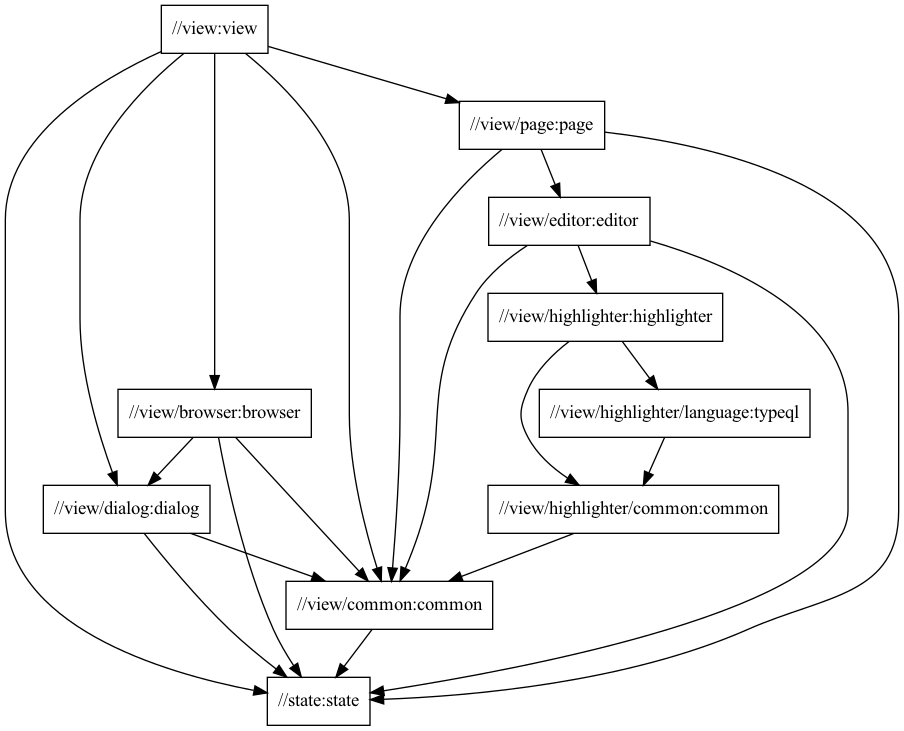
typedb/typedb-studio keeps this Graphviz diagram as docs/view-package-structure.png. Above is the earlier version. Its source is kept beside it as docs/view-package-structure.dot. The source it was exported from:
```dot
digraph mygraph {
  node [shape=box];
  "//view:view"
  "//view:view" -> "//view/browser:browser"
  "//view:view" -> "//view/common:common"
  "//view:view" -> "//view/dialog:dialog"
  "//view:view" -> "//view/page:page"
  "//view:view" -> "//state:state"
  "//view/page:page"
  "//view/page:page" -> "//view/common:common"
  "//view/page:page" -> "//view/editor:editor"
  "//view/page:page" -> "//state:state"
  "//view/editor:editor"
  "//view/editor:editor" -> "//view/common:common"
  "//view/editor:editor" -> "//view/highlighter:highlighter"
  "//view/editor:editor" -> "//state:state"
  "//view/highlighter:highlighter"
  "//view/highlighter:highlighter" -> "//view/highlighter/common:common"
  "//view/highlighter:highlighter" -> "//view/highlighter/language:typeql"
  "//view/highlighter/language:typeql"
  "//view/highlighter/language:typeql" -> "//view/highlighter/common:common"
  "//view/highlighter/common:common"
  "//view/highlighter/common:common" -> "//view/common:common"
  "//view/browser:browser"
  "//view/browser:browser" -> "//view/common:common"
  "//view/browser:browser" -> "//view/dialog:dialog"
  "//view/browser:browser" -> "//state:state"
  "//view/dialog:dialog"
  "//view/dialog:dialog" -> "//view/common:common"
  "//view/dialog:dialog" -> "//state:state"
  "//view/common:common"
  "//view/common:common" -> "//state:state"
  "//state:state"
}
```
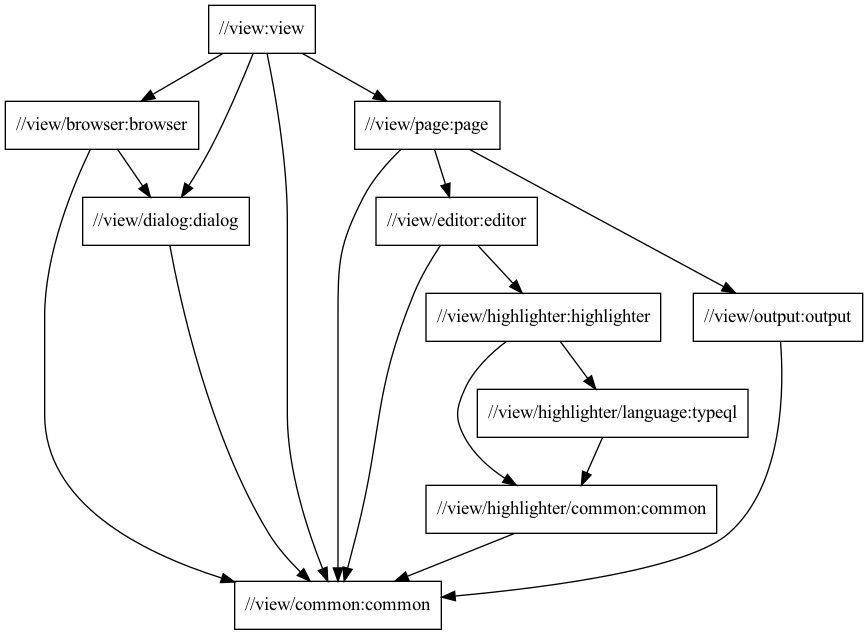
After the commit.

Commit message:
Update package dependency docs diagram

The edit, as a diff of the source:
```diff
@@ -5,15 +5,20 @@
   "//view:view" -> "//view/common:common"
   "//view:view" -> "//view/dialog:dialog"
   "//view:view" -> "//view/page:page"
-  "//view:view" -> "//state:state"
+  "//view/browser:browser"
+  "//view/browser:browser" -> "//view/common:common"
+  "//view/browser:browser" -> "//view/dialog:dialog"
+  "//view/dialog:dialog"
+  "//view/dialog:dialog" -> "//view/common:common"
   "//view/page:page"
   "//view/page:page" -> "//view/common:common"
   "//view/page:page" -> "//view/editor:editor"
-  "//view/page:page" -> "//state:state"
+  "//view/page:page" -> "//view/output:output"
+  "//view/output:output"
+  "//view/output:output" -> "//view/common:common"
   "//view/editor:editor"
   "//view/editor:editor" -> "//view/common:common"
   "//view/editor:editor" -> "//view/highlighter:highlighter"
-  "//view/editor:editor" -> "//state:state"
   "//view/highlighter:highlighter"
   "//view/highlighter:highlighter" -> "//view/highlighter/common:common"
   "//view/highlighter:highlighter" -> "//view/highlighter/language:typeql"
@@ -21,14 +26,5 @@
   "//view/highlighter/language:typeql" -> "//view/highlighter/common:common"
   "//view/highlighter/common:common"
   "//view/highlighter/common:common" -> "//view/common:common"
-  "//view/browser:browser"
-  "//view/browser:browser" -> "//view/common:common"
-  "//view/browser:browser" -> "//view/dialog:dialog"
-  "//view/browser:browser" -> "//state:state"
-  "//view/dialog:dialog"
-  "//view/dialog:dialog" -> "//view/common:common"
-  "//view/dialog:dialog" -> "//state:state"
   "//view/common:common"
-  "//view/common:common" -> "//state:state"
-  "//state:state"
 }
```
